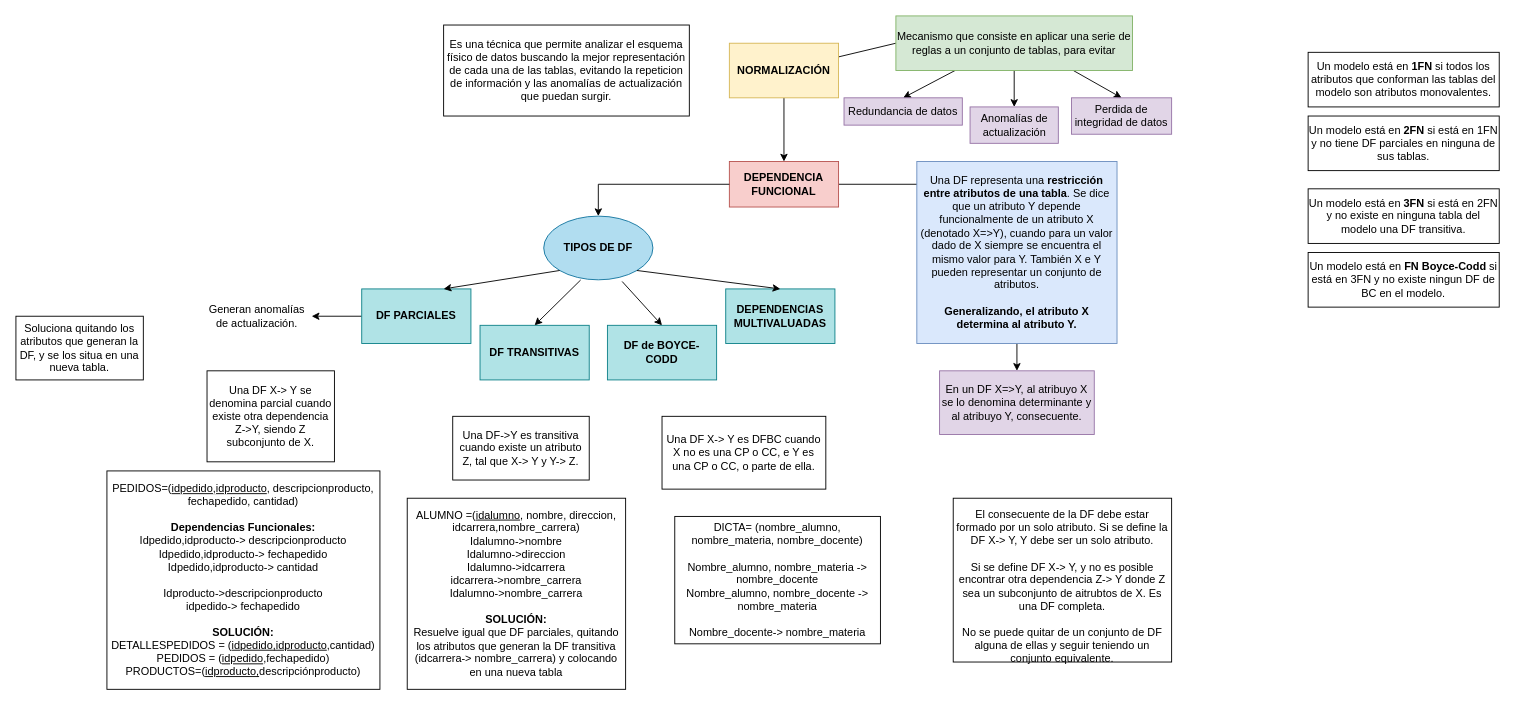
Earlier version of the draw.io diagram page "Normalización" (6 of 6) of Diagrama-resumen.drawio (senras/DBD). Source tidied: cells renumbered, new cells numbered last; positions are measured from the earlier drawing's top-left corner, leaving out a move shared by most shapes. Both pictures are drawn from the tidied source at 91%, with x=0, y=0 at pixel (15, 15).
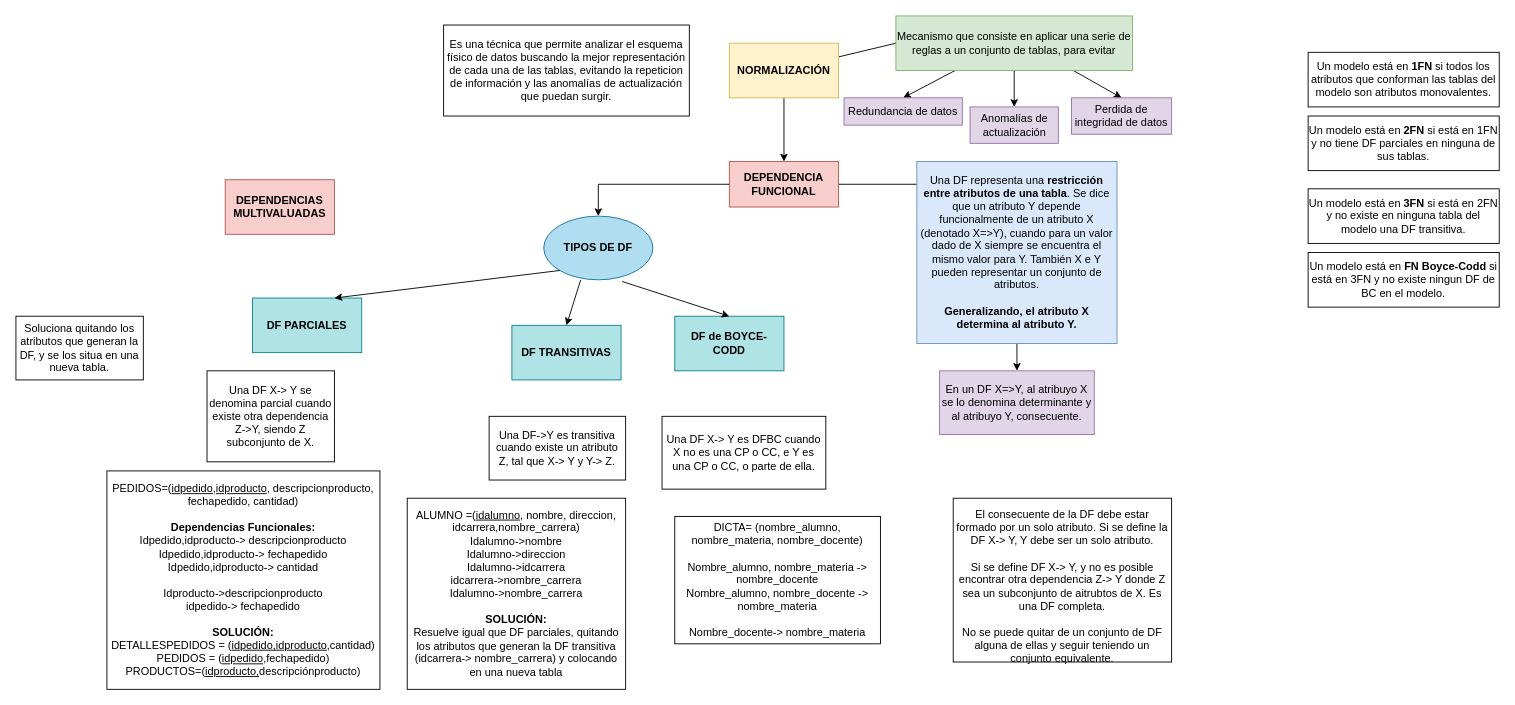
The same page after the edit.

Unchanged cells that the change refers to:
```xml
<mxCell id="21" value="&lt;b&gt;TIPOS DE DF&lt;/b&gt;" style="ellipse;whiteSpace=wrap;html=1;fillColor=#b1ddf0;strokeColor=#10739e;" parent="1" vertex="1">
  <mxGeometry x="580" y="220" width="120" height="70" as="geometry" />
</mxCell>
```

Diff of the diagram source:
```diff
@@
-    <mxCell id="13" style="edgeStyle=orthogonalEdgeStyle;rounded=0;jettySize=auto;html=1;exitX=0;exitY=0.5;exitDx=0;exitDy=0;entryX=1;entryY=0.5;entryDx=0;entryDy=0;" parent="1" edge="1" source="14" target="38">
-      <mxGeometry relative="1" as="geometry" />
-    </mxCell>
     <mxCell id="14" value="&lt;b&gt;DF PARCIALES&lt;/b&gt;" style="rounded=0;whiteSpace=wrap;html=1;fillColor=#b0e3e6;strokeColor=#0e8088;" parent="1" vertex="1">
-      <mxGeometry x="380" y="300" width="120" height="60" as="geometry" />
+      <mxGeometry x="260" y="310" width="120" height="60" as="geometry" />
     </mxCell>
     <mxCell id="15" value="&lt;b&gt;DF TRANSITIVAS&lt;/b&gt;" style="rounded=0;whiteSpace=wrap;html=1;fillColor=#b0e3e6;strokeColor=#0e8088;" parent="1" vertex="1">
-      <mxGeometry x="510" y="340" width="120" height="60" as="geometry" />
+      <mxGeometry x="545" y="340" width="120" height="60" as="geometry" />
     </mxCell>
     <mxCell id="16" value="DF de BOYCE-CODD" style="rounded=0;whiteSpace=wrap;html=1;fontStyle=1;fillColor=#b0e3e6;strokeColor=#0e8088;" parent="1" vertex="1">
-      <mxGeometry x="650" y="340" width="120" height="60" as="geometry" />
+      <mxGeometry x="724" y="330" width="120" height="60" as="geometry" />
     </mxCell>
-    <mxCell id="17" value="&lt;b&gt;DEPENDENCIAS MULTIVALUADAS&lt;/b&gt;" style="rounded=0;whiteSpace=wrap;html=1;fillColor=#b0e3e6;strokeColor=#0e8088;" parent="1" vertex="1">
-      <mxGeometry x="780" y="300" width="120" height="60" as="geometry" />
+    <mxCell id="17" value="&lt;b&gt;DEPENDENCIAS MULTIVALUADAS&lt;/b&gt;" style="rounded=0;whiteSpace=wrap;html=1;fillColor=#f8cecc;strokeColor=#b85450;" parent="1" vertex="1">
+      <mxGeometry x="230" y="180" width="120" height="60" as="geometry" />
     </mxCell>
@@
-    <mxCell id="25" style="endArrow=classic;html=1;rounded=0;entryX=0.5;entryY=0;entryDx=0;entryDy=0;exitX=1;exitY=1;exitDx=0;exitDy=0;" parent="1" edge="1" source="21" target="17">
-      <mxGeometry relative="1" as="geometry" />
-    </mxCell>
@@
     <mxCell id="30" value="Una DF-&amp;gt;Y es transitiva cuando existe un atributo Z, tal que X-&amp;gt; Y y Y-&amp;gt; Z." style="rounded=0;whiteSpace=wrap;html=1;" parent="1" vertex="1">
-      <mxGeometry x="480" y="440" width="150" height="70" as="geometry" />
+      <mxGeometry x="520" y="440" width="150" height="70" as="geometry" />
     </mxCell>
@@
-    <mxCell id="38" value="Generan anomalías de actualización." style="text;html=1;strokeColor=none;fillColor=none;align=center;verticalAlign=middle;whiteSpace=wrap;rounded=0;" parent="1" vertex="1">
-      <mxGeometry x="205" y="310" width="120" height="40" as="geometry" />
-    </mxCell>
```
